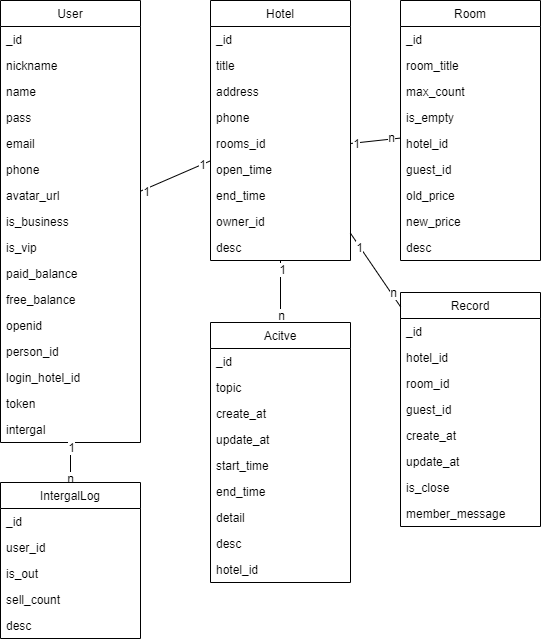
Above: 酒店数据库设计.drawio.png in B-A-R-team/ehotel-server (draw.io), before the change. Source tidied: cells renumbered, new cells last; positions are measured from the earlier drawing's top-left corner, leaving out a move shared by most shapes.
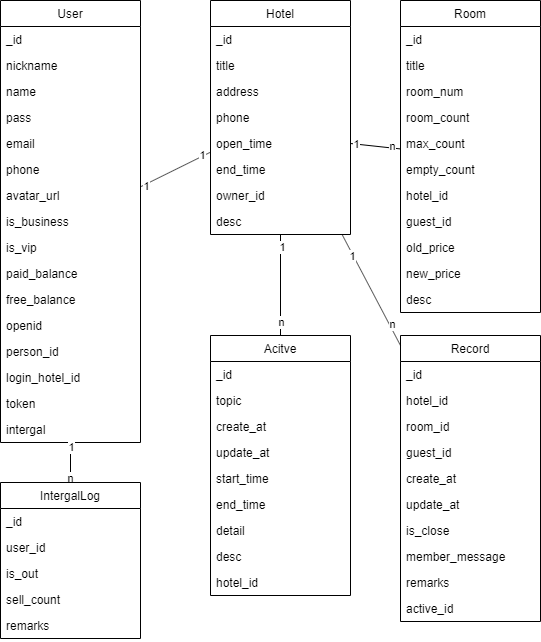
Later version of the same file.

Change to the diagram source:
```diff
@@ -62,8 +62,10 @@
     <mxCell id="21" value="intergal" style="text;strokeColor=none;fillColor=none;align=left;verticalAlign=top;spacingLeft=4;spacingRight=4;overflow=hidden;" parent="5" vertex="1">
       <mxGeometry y="416" width="140" height="26" as="geometry" />
     </mxCell>
-    <mxCell id="22" style="rounded=0;jettySize=auto;html=1;entryX=1;entryY=0.5;entryDx=0;entryDy=0;endArrow=none;endFill=0;" parent="1" edge="1" source="50" target="36">
-      <mxGeometry relative="1" as="geometry" />
+    <mxCell id="22" style="rounded=0;jettySize=auto;html=1;entryX=1;entryY=0.5;entryDx=0;entryDy=0;endArrow=none;endFill=0;" parent="1" edge="1" source="50">
+      <mxGeometry relative="1" as="geometry">
+        <mxPoint x="350" y="143" as="targetPoint" />
+      </mxGeometry>
     </mxCell>
     <mxCell id="23" value="1" style="edgeLabel;html=1;align=center;verticalAlign=middle;" parent="22" vertex="1">
       <mxGeometry x="0.79" relative="1" as="geometry" />
@@ -90,7 +92,7 @@
       <mxGeometry x="-0.77" y="1" relative="1" as="geometry" />
     </mxCell>
     <mxCell id="31" value="Hotel" style="swimlane;fontStyle=0;horizontal=1;startSize=26;fillColor=none;" parent="1" vertex="1">
-      <mxGeometry x="210" width="140" height="260" as="geometry" />
+      <mxGeometry x="210" width="140" height="234" as="geometry" />
     </mxCell>
     <mxCell id="32" value="_id" style="text;strokeColor=none;fillColor=none;align=left;verticalAlign=top;spacingLeft=4;spacingRight=4;overflow=hidden;" parent="31" vertex="1">
       <mxGeometry y="26" width="140" height="26" as="geometry" />
@@ -104,20 +106,17 @@
     <mxCell id="35" value="phone" style="text;strokeColor=none;fillColor=none;align=left;verticalAlign=top;spacingLeft=4;spacingRight=4;overflow=hidden;" parent="31" vertex="1">
       <mxGeometry y="104" width="140" height="26" as="geometry" />
     </mxCell>
-    <mxCell id="36" value="rooms_id" style="text;strokeColor=none;fillColor=none;align=left;verticalAlign=top;spacingLeft=4;spacingRight=4;overflow=hidden;points=[[0,0.5],[1,0.5]];portConstraint=eastwest;" parent="31" vertex="1">
-      <mxGeometry y="130" width="140" height="26" as="geometry" />
-    </mxCell>
     <mxCell id="37" value="open_time" style="text;strokeColor=none;fillColor=none;align=left;verticalAlign=top;spacingLeft=4;spacingRight=4;overflow=hidden;" parent="31" vertex="1">
-      <mxGeometry y="156" width="140" height="26" as="geometry" />
+      <mxGeometry y="130" width="140" height="26" as="geometry" />
     </mxCell>
     <mxCell id="38" value="end_time" style="text;strokeColor=none;fillColor=none;align=left;verticalAlign=top;spacingLeft=4;spacingRight=4;overflow=hidden;" parent="31" vertex="1">
-      <mxGeometry y="182" width="140" height="26" as="geometry" />
+      <mxGeometry y="156" width="140" height="26" as="geometry" />
     </mxCell>
     <mxCell id="39" value="owner_id" style="text;strokeColor=none;fillColor=none;align=left;verticalAlign=top;spacingLeft=4;spacingRight=4;overflow=hidden;" parent="31" vertex="1">
-      <mxGeometry y="208" width="140" height="26" as="geometry" />
+      <mxGeometry y="182" width="140" height="26" as="geometry" />
     </mxCell>
     <mxCell id="40" value="desc" style="text;strokeColor=none;fillColor=none;align=left;verticalAlign=top;spacingLeft=4;spacingRight=4;overflow=hidden;" parent="31" vertex="1">
-      <mxGeometry y="234" width="140" height="26" as="geometry" />
+      <mxGeometry y="208" width="140" height="26" as="geometry" />
     </mxCell>
     <mxCell id="41" value="IntergalLog" style="swimlane;fontStyle=0;horizontal=1;startSize=26;fillColor=none;" parent="1" vertex="1">
       <mxGeometry y="482" width="140" height="156" as="geometry" />
@@ -134,7 +133,7 @@
     <mxCell id="45" value="sell_count" style="text;strokeColor=none;fillColor=none;align=left;verticalAlign=top;spacingLeft=4;spacingRight=4;overflow=hidden;" parent="41" vertex="1">
       <mxGeometry y="104" width="140" height="26" as="geometry" />
     </mxCell>
-    <mxCell id="46" value="desc" style="text;strokeColor=none;fillColor=none;align=left;verticalAlign=top;spacingLeft=4;spacingRight=4;overflow=hidden;" parent="41" vertex="1">
+    <mxCell id="46" value="remarks" style="text;strokeColor=none;fillColor=none;align=left;verticalAlign=top;spacingLeft=4;spacingRight=4;overflow=hidden;" parent="41" vertex="1">
       <mxGeometry y="130" width="140" height="26" as="geometry" />
     </mxCell>
     <mxCell id="47" style="edgeStyle=none;rounded=0;jettySize=auto;html=1;endArrow=none;endFill=0;" parent="1" edge="1" source="69" target="31">
@@ -147,64 +146,43 @@
       <mxGeometry x="-0.73" relative="1" as="geometry" />
     </mxCell>
     <mxCell id="50" value="Room" style="swimlane;fontStyle=0;horizontal=1;startSize=26;fillColor=none;" parent="1" vertex="1">
-      <mxGeometry x="400" width="140" height="260" as="geometry" />
+      <mxGeometry x="400" width="140" height="312" as="geometry" />
     </mxCell>
     <mxCell id="51" value="_id" style="text;strokeColor=none;fillColor=none;align=left;verticalAlign=top;spacingLeft=4;spacingRight=4;overflow=hidden;" parent="50" vertex="1">
       <mxGeometry y="26" width="140" height="26" as="geometry" />
     </mxCell>
-    <mxCell id="52" value="room_title" style="text;strokeColor=none;fillColor=none;align=left;verticalAlign=top;spacingLeft=4;spacingRight=4;overflow=hidden;" parent="50" vertex="1">
+    <mxCell id="52" value="title" style="text;strokeColor=none;fillColor=none;align=left;verticalAlign=top;spacingLeft=4;spacingRight=4;overflow=hidden;" parent="50" vertex="1">
       <mxGeometry y="52" width="140" height="26" as="geometry" />
     </mxCell>
+    <mxCell id="79" value="room_num" style="text;strokeColor=none;fillColor=none;align=left;verticalAlign=top;spacingLeft=4;spacingRight=4;overflow=hidden;" parent="50" vertex="1">
+      <mxGeometry y="78" width="140" height="26" as="geometry" />
+    </mxCell>
+    <mxCell id="80" value="room_count" style="text;strokeColor=none;fillColor=none;align=left;verticalAlign=top;spacingLeft=4;spacingRight=4;overflow=hidden;" parent="50" vertex="1">
+      <mxGeometry y="104" width="140" height="26" as="geometry" />
+    </mxCell>
     <mxCell id="53" value="max_count" style="text;strokeColor=none;fillColor=none;align=left;verticalAlign=top;spacingLeft=4;spacingRight=4;overflow=hidden;" parent="50" vertex="1">
-      <mxGeometry y="78" width="140" height="26" as="geometry" />
+      <mxGeometry y="130" width="140" height="26" as="geometry" />
     </mxCell>
-    <mxCell id="54" value="is_empty" style="text;strokeColor=none;fillColor=none;align=left;verticalAlign=top;spacingLeft=4;spacingRight=4;overflow=hidden;" parent="50" vertex="1">
-      <mxGeometry y="104" width="140" height="26" as="geometry" />
+    <mxCell id="54" value="empty_count" style="text;strokeColor=none;fillColor=none;align=left;verticalAlign=top;spacingLeft=4;spacingRight=4;overflow=hidden;" parent="50" vertex="1">
+      <mxGeometry y="156" width="140" height="26" as="geometry" />
     </mxCell>
     <mxCell id="55" value="hotel_id" style="text;strokeColor=none;fillColor=none;align=left;verticalAlign=top;spacingLeft=4;spacingRight=4;overflow=hidden;" parent="50" vertex="1">
-      <mxGeometry y="130" width="140" height="26" as="geometry" />
+      <mxGeometry y="182" width="140" height="26" as="geometry" />
     </mxCell>
     <mxCell id="56" value="guest_id" style="text;strokeColor=none;fillColor=none;align=left;verticalAlign=top;spacingLeft=4;spacingRight=4;overflow=hidden;" parent="50" vertex="1">
-      <mxGeometry y="156" width="140" height="26" as="geometry" />
+      <mxGeometry y="208" width="140" height="26" as="geometry" />
     </mxCell>
     <mxCell id="57" value="old_price" style="text;strokeColor=none;fillColor=none;align=left;verticalAlign=top;spacingLeft=4;spacingRight=4;overflow=hidden;" parent="50" vertex="1">
-      <mxGeometry y="182" width="140" height="26" as="geometry" />
+      <mxGeometry y="234" width="140" height="26" as="geometry" />
     </mxCell>
     <mxCell id="58" value="new_price" style="text;strokeColor=none;fillColor=none;align=left;verticalAlign=top;spacingLeft=4;spacingRight=4;overflow=hidden;" parent="50" vertex="1">
-      <mxGeometry y="208" width="140" height="26" as="geometry" />
+      <mxGeometry y="260" width="140" height="26" as="geometry" />
     </mxCell>
     <mxCell id="59" value="desc" style="text;strokeColor=none;fillColor=none;align=left;verticalAlign=top;spacingLeft=4;spacingRight=4;overflow=hidden;" parent="50" vertex="1">
-      <mxGeometry y="234" width="140" height="26" as="geometry" />
+      <mxGeometry y="286" width="140" height="26" as="geometry" />
     </mxCell>
-    <mxCell id="60" value="Record" style="swimlane;fontStyle=0;horizontal=1;startSize=26;fillColor=none;" parent="1" vertex="1">
-      <mxGeometry x="400" y="292" width="140" height="234" as="geometry" />
-    </mxCell>
-    <mxCell id="61" value="_id" style="text;strokeColor=none;fillColor=none;align=left;verticalAlign=top;spacingLeft=4;spacingRight=4;overflow=hidden;" parent="60" vertex="1">
-      <mxGeometry y="26" width="140" height="26" as="geometry" />
-    </mxCell>
-    <mxCell id="62" value="hotel_id" style="text;strokeColor=none;fillColor=none;align=left;verticalAlign=top;spacingLeft=4;spacingRight=4;overflow=hidden;" parent="60" vertex="1">
-      <mxGeometry y="52" width="140" height="26" as="geometry" />
-    </mxCell>
-    <mxCell id="63" value="room_id" style="text;strokeColor=none;fillColor=none;align=left;verticalAlign=top;spacingLeft=4;spacingRight=4;overflow=hidden;" parent="60" vertex="1">
-      <mxGeometry y="78" width="140" height="26" as="geometry" />
-    </mxCell>
-    <mxCell id="64" value="guest_id" style="text;strokeColor=none;fillColor=none;align=left;verticalAlign=top;spacingLeft=4;spacingRight=4;overflow=hidden;" parent="60" vertex="1">
-      <mxGeometry y="104" width="140" height="26" as="geometry" />
-    </mxCell>
-    <mxCell id="65" value="create_at" style="text;strokeColor=none;fillColor=none;align=left;verticalAlign=top;spacingLeft=4;spacingRight=4;overflow=hidden;" parent="60" vertex="1">
-      <mxGeometry y="130" width="140" height="26" as="geometry" />
-    </mxCell>
-    <mxCell id="66" value="update_at" style="text;strokeColor=none;fillColor=none;align=left;verticalAlign=top;spacingLeft=4;spacingRight=4;overflow=hidden;" parent="60" vertex="1">
-      <mxGeometry y="156" width="140" height="26" as="geometry" />
-    </mxCell>
-    <mxCell id="67" value="is_close" style="text;strokeColor=none;fillColor=none;align=left;verticalAlign=top;spacingLeft=4;spacingRight=4;overflow=hidden;" parent="60" vertex="1">
-      <mxGeometry y="182" width="140" height="26" as="geometry" />
-    </mxCell>
-    <mxCell id="68" value="member_message" style="text;strokeColor=none;fillColor=none;align=left;verticalAlign=top;spacingLeft=4;spacingRight=4;overflow=hidden;" parent="60" vertex="1">
-      <mxGeometry y="208" width="140" height="26" as="geometry" />
-    </mxCell>
     <mxCell id="69" value="Acitve" style="swimlane;fontStyle=0;horizontal=1;startSize=26;fillColor=none;" parent="1" vertex="1">
-      <mxGeometry x="210" y="322" width="140" height="260" as="geometry" />
+      <mxGeometry x="210" y="335" width="140" height="260" as="geometry" />
     </mxCell>
     <mxCell id="70" value="_id" style="text;strokeColor=none;fillColor=none;align=left;verticalAlign=top;spacingLeft=4;spacingRight=4;overflow=hidden;" parent="69" vertex="1">
       <mxGeometry y="26" width="140" height="26" as="geometry" />
@@ -233,5 +211,38 @@
     <mxCell id="78" value="hotel_id" style="text;strokeColor=none;fillColor=none;align=left;verticalAlign=top;spacingLeft=4;spacingRight=4;overflow=hidden;" parent="69" vertex="1">
       <mxGeometry y="234" width="140" height="26" as="geometry" />
     </mxCell>
+    <mxCell id="60" value="Record" style="swimlane;fontStyle=0;horizontal=1;startSize=26;fillColor=none;" parent="1" vertex="1">
+      <mxGeometry x="400" y="335" width="140" height="286" as="geometry" />
+    </mxCell>
+    <mxCell id="61" value="_id" style="text;strokeColor=none;fillColor=none;align=left;verticalAlign=top;spacingLeft=4;spacingRight=4;overflow=hidden;" parent="60" vertex="1">
+      <mxGeometry y="26" width="140" height="26" as="geometry" />
+    </mxCell>
+    <mxCell id="62" value="hotel_id" style="text;strokeColor=none;fillColor=none;align=left;verticalAlign=top;spacingLeft=4;spacingRight=4;overflow=hidden;" parent="60" vertex="1">
+      <mxGeometry y="52" width="140" height="26" as="geometry" />
+    </mxCell>
+    <mxCell id="63" value="room_id" style="text;strokeColor=none;fillColor=none;align=left;verticalAlign=top;spacingLeft=4;spacingRight=4;overflow=hidden;" parent="60" vertex="1">
+      <mxGeometry y="78" width="140" height="26" as="geometry" />
+    </mxCell>
+    <mxCell id="64" value="guest_id" style="text;strokeColor=none;fillColor=none;align=left;verticalAlign=top;spacingLeft=4;spacingRight=4;overflow=hidden;" parent="60" vertex="1">
+      <mxGeometry y="104" width="140" height="26" as="geometry" />
+    </mxCell>
+    <mxCell id="65" value="create_at" style="text;strokeColor=none;fillColor=none;align=left;verticalAlign=top;spacingLeft=4;spacingRight=4;overflow=hidden;" parent="60" vertex="1">
+      <mxGeometry y="130" width="140" height="26" as="geometry" />
+    </mxCell>
+    <mxCell id="66" value="update_at" style="text;strokeColor=none;fillColor=none;align=left;verticalAlign=top;spacingLeft=4;spacingRight=4;overflow=hidden;" parent="60" vertex="1">
+      <mxGeometry y="156" width="140" height="26" as="geometry" />
+    </mxCell>
+    <mxCell id="67" value="is_close" style="text;strokeColor=none;fillColor=none;align=left;verticalAlign=top;spacingLeft=4;spacingRight=4;overflow=hidden;" parent="60" vertex="1">
+      <mxGeometry y="182" width="140" height="26" as="geometry" />
+    </mxCell>
+    <mxCell id="68" value="member_message" style="text;strokeColor=none;fillColor=none;align=left;verticalAlign=top;spacingLeft=4;spacingRight=4;overflow=hidden;" parent="60" vertex="1">
+      <mxGeometry y="208" width="140" height="26" as="geometry" />
+    </mxCell>
+    <mxCell id="81" value="remarks" style="text;strokeColor=none;fillColor=none;align=left;verticalAlign=top;spacingLeft=4;spacingRight=4;overflow=hidden;" parent="60" vertex="1">
+      <mxGeometry y="234" width="140" height="26" as="geometry" />
+    </mxCell>
+    <mxCell id="82" value="active_id" style="text;strokeColor=none;fillColor=none;align=left;verticalAlign=top;spacingLeft=4;spacingRight=4;overflow=hidden;" parent="60" vertex="1">
+      <mxGeometry y="260" width="140" height="26" as="geometry" />
+    </mxCell>
   </root>
 </mxGraphModel>
```
